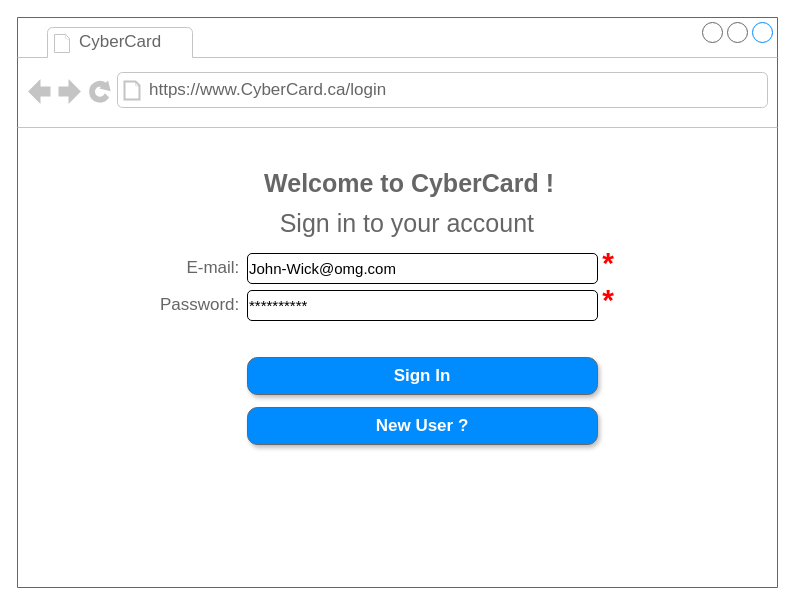
Before: wireframes/Register_Login/Login.drawio in harleenjhamat/CSTP2107-BusinessCardApp, a draw.io diagram. Source tidied: cells renumbered, new cells numbered last; positions are measured from the earlier drawing's top-left corner, leaving out a move shared by most shapes. Both pictures are drawn from the tidied source at 100%, with x=0, y=0 at pixel (17, 17).
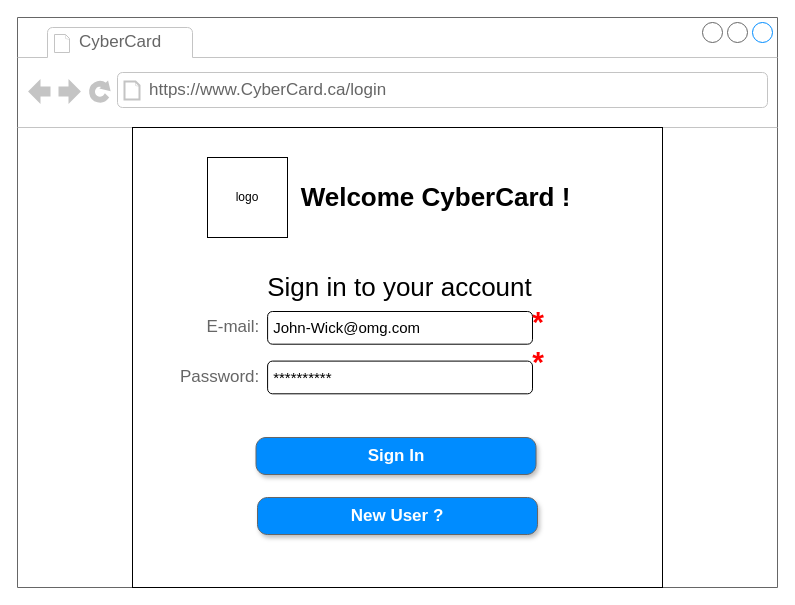
After the change.

The change refers to these unchanged cells:
```xml
<mxCell id="2" style="strokeWidth=1;shadow=0;dashed=0;align=center;html=1;shape=mxgraph.mockup.containers.browserWindow;rSize=0;strokeColor=#666666;strokeColor2=#008cff;strokeColor3=#c4c4c4;mainText=,;" parent="1" vertex="1">
  <mxGeometry width="760" height="570" as="geometry" />
</mxCell>
```

Diff of the diagram source:
```diff
@@
+    <mxCell id="15" style="rounded=0;whiteSpace=wrap;html=1;" parent="2" vertex="1">
+      <mxGeometry x="115" y="110" width="530" height="460" as="geometry" />
+    </mxCell>
@@
+    <mxCell id="16" style="group;" parent="2" vertex="1">
+      <mxGeometry x="240" y="430" width="280" height="87" as="geometry" />
+    </mxCell>
+    <mxCell id="12" value="New User ?" style="strokeWidth=1;shadow=1;dashed=0;align=center;html=1;shape=mxgraph.mockup.buttons.button;strokeColor=#666666;fontColor=#ffffff;mainText=;buttonStyle=round;fontSize=17;fontStyle=1;fillColor=#008cff;whiteSpace=wrap;sketch=0;" parent="16" vertex="1">
+      <mxGeometry y="50" width="280" height="37" as="geometry" />
+    </mxCell>
+    <mxCell id="17" value="&lt;font style=&quot;font-size: 26px&quot;&gt;&lt;b&gt;Welcome CyberCard !&lt;/b&gt;&lt;/font&gt;" style="text;html=1;strokeColor=none;fillColor=none;align=center;verticalAlign=middle;whiteSpace=wrap;rounded=0;" parent="2" vertex="1">
+      <mxGeometry x="277" y="160" width="283" height="40" as="geometry" />
+    </mxCell>
+    <mxCell id="6" value="Sign In" style="strokeWidth=1;shadow=1;dashed=0;align=center;html=1;shape=mxgraph.mockup.buttons.button;strokeColor=#666666;fontColor=#ffffff;mainText=;buttonStyle=round;fontSize=17;fontStyle=1;fillColor=#008cff;whiteSpace=wrap;sketch=0;" parent="2" vertex="1">
+      <mxGeometry x="238.5" y="420" width="280" height="37" as="geometry" />
+    </mxCell>
+    <mxCell id="18" value="logo" style="whiteSpace=wrap;html=1;align=center;" parent="2" vertex="1">
+      <mxGeometry x="190" y="140" width="80" height="80" as="geometry" />
+    </mxCell>
+    <mxCell id="19" style="group;" parent="2" vertex="1">
+      <mxGeometry x="165" y="250" width="400" height="126.3" as="geometry" />
+    </mxCell>
+    <mxCell id="20" style="group;" parent="19" vertex="1">
+      <mxGeometry y="44" width="400" height="73" as="geometry" />
+    </mxCell>
+    <mxCell id="21" style="group;" parent="20" vertex="1">
+      <mxGeometry width="400" height="73" as="geometry" />
+    </mxCell>
-    <mxCell id="5" value="&lt;font style=&quot;font-size: 17px&quot;&gt;E-mail:&amp;nbsp;&lt;/font&gt;" style="strokeWidth=1;shadow=0;dashed=0;align=center;html=1;shape=mxgraph.mockup.forms.anchor;align=right;spacingRight=2;fontColor=#666666;" parent="2" vertex="1">
-      <mxGeometry x="160" y="240" width="70" height="22" as="geometry" />
+    <mxCell id="5" value="&lt;font style=&quot;font-size: 17px&quot;&gt;E-mail:&amp;nbsp;&lt;/font&gt;" style="strokeWidth=1;shadow=0;dashed=0;align=center;html=1;shape=mxgraph.mockup.forms.anchor;align=right;spacingRight=2;fontColor=#666666;" parent="21" vertex="1">
+      <mxGeometry x="25.5" y="4.4" width="59.6" height="24" as="geometry" />
     </mxCell>
-    <mxCell id="6" value="Sign In" style="strokeWidth=1;shadow=1;dashed=0;align=center;html=1;shape=mxgraph.mockup.buttons.button;strokeColor=#666666;fontColor=#ffffff;mainText=;buttonStyle=round;fontSize=17;fontStyle=1;fillColor=#008cff;whiteSpace=wrap;sketch=0;" parent="2" vertex="1">
-      <mxGeometry x="230" y="340" width="350" height="37" as="geometry" />
-    </mxCell>
+    <mxCell id="13" value="&lt;font style=&quot;font-size: 15px&quot;&gt;&amp;nbsp;John-Wick@omg.com&lt;/font&gt;" style="rounded=1;whiteSpace=wrap;html=1;align=left;" parent="21" vertex="1">
+      <mxGeometry x="85.1" width="264.9" height="32.7" as="geometry" />
+    </mxCell>
-    <mxCell id="7" value="*" style="strokeWidth=1;shadow=0;dashed=0;align=center;html=1;shape=mxgraph.mockup.forms.anchor;align=right;spacingRight=2;fontSize=30;fontStyle=1;fontColor=#FF0000;" parent="2" vertex="1">
-      <mxGeometry x="550" y="236" width="50" height="18" as="geometry" />
+    <mxCell id="7" value="*" style="strokeWidth=1;shadow=0;dashed=0;align=center;html=1;shape=mxgraph.mockup.forms.anchor;align=right;spacingRight=2;fontSize=30;fontStyle=1;fontColor=#FF0000;" parent="20" vertex="1">
+      <mxGeometry x="345" width="20" height="19.6" as="geometry" />
     </mxCell>
+    <mxCell id="9" value="*" style="strokeWidth=1;shadow=0;dashed=0;align=center;html=1;shape=mxgraph.mockup.forms.anchor;align=right;spacingRight=2;fontSize=30;fontStyle=1;fontColor=#FF0000;" parent="20" vertex="1">
+      <mxGeometry x="345" y="40.3" width="20" height="19.6" as="geometry" />
+    </mxCell>
+    <mxCell id="22" style="group;" parent="19" vertex="1">
+      <mxGeometry y="93.6" width="350" height="32.7" as="geometry" />
+    </mxCell>
-    <mxCell id="8" value="&lt;font style=&quot;font-size: 17px&quot;&gt;Password:&amp;nbsp;&lt;/font&gt;" style="strokeWidth=1;shadow=0;dashed=0;align=center;html=1;shape=mxgraph.mockup.forms.anchor;align=right;spacingRight=2;fontColor=#666666;" parent="2" vertex="1">
-      <mxGeometry x="130" y="279" width="100" height="18" as="geometry" />
+    <mxCell id="8" value="&lt;font style=&quot;font-size: 17px&quot;&gt;Password:&amp;nbsp;&lt;/font&gt;" style="strokeWidth=1;shadow=0;dashed=0;align=center;html=1;shape=mxgraph.mockup.forms.anchor;align=right;spacingRight=2;fontColor=#666666;" parent="22" vertex="1">
+      <mxGeometry y="6.5" width="85.1" height="19.6" as="geometry" />
     </mxCell>
-    <mxCell id="9" value="*" style="strokeWidth=1;shadow=0;dashed=0;align=center;html=1;shape=mxgraph.mockup.forms.anchor;align=right;spacingRight=2;fontSize=30;fontStyle=1;fontColor=#FF0000;" parent="2" vertex="1">
-      <mxGeometry x="550" y="273" width="50" height="18" as="geometry" />
-    </mxCell>
+    <mxCell id="14" value="&lt;font style=&quot;font-size: 15px&quot;&gt;&amp;nbsp;**********&lt;/font&gt;" style="rounded=1;whiteSpace=wrap;html=1;align=left;" parent="22" vertex="1">
+      <mxGeometry x="85.1" width="264.9" height="32.7" as="geometry" />
+    </mxCell>
-    <mxCell id="10" value="Sign in to your account" style="strokeWidth=1;shadow=0;dashed=0;align=center;html=1;shape=mxgraph.mockup.forms.anchor;align=right;spacingRight=2;fontColor=#666666;fontSize=25;" parent="2" vertex="1">
-      <mxGeometry x="240" y="190" width="280" height="30" as="geometry" />
+    <mxCell id="10" value="&lt;font style=&quot;font-size: 26px&quot;&gt;Sign in to your account&lt;/font&gt;" style="text;html=1;strokeColor=none;fillColor=none;align=center;verticalAlign=middle;whiteSpace=wrap;rounded=0;" parent="19" vertex="1">
+      <mxGeometry x="75.5" width="283" height="40" as="geometry" />
     </mxCell>
-    <mxCell id="11" value="Welcome to CyberCard !" style="strokeWidth=1;shadow=0;dashed=0;align=center;html=1;shape=mxgraph.mockup.forms.anchor;align=right;spacingRight=2;fontColor=#666666;fontSize=25;fontStyle=1;" parent="2" vertex="1">
-      <mxGeometry x="212.5" y="150" width="327.5" height="30" as="geometry" />
-    </mxCell>
-    <mxCell id="12" value="New User ?" style="strokeWidth=1;shadow=1;dashed=0;align=center;html=1;shape=mxgraph.mockup.buttons.button;strokeColor=#666666;fontColor=#ffffff;mainText=;buttonStyle=round;fontSize=17;fontStyle=1;fillColor=#008cff;whiteSpace=wrap;sketch=0;" parent="2" vertex="1">
-      <mxGeometry x="230" y="390" width="350" height="37" as="geometry" />
-    </mxCell>
-    <mxCell id="13" value="&lt;font style=&quot;font-size: 15px&quot;&gt;John-Wick@omg.com&lt;/font&gt;" style="rounded=1;whiteSpace=wrap;html=1;align=left;" parent="2" vertex="1">
-      <mxGeometry x="230" y="236" width="350" height="30" as="geometry" />
-    </mxCell>
-    <mxCell id="14" value="&lt;font style=&quot;font-size: 15px&quot;&gt;**********&lt;/font&gt;" style="rounded=1;whiteSpace=wrap;html=1;align=left;" parent="2" vertex="1">
-      <mxGeometry x="230" y="273" width="350" height="30" as="geometry" />
-    </mxCell>
```
